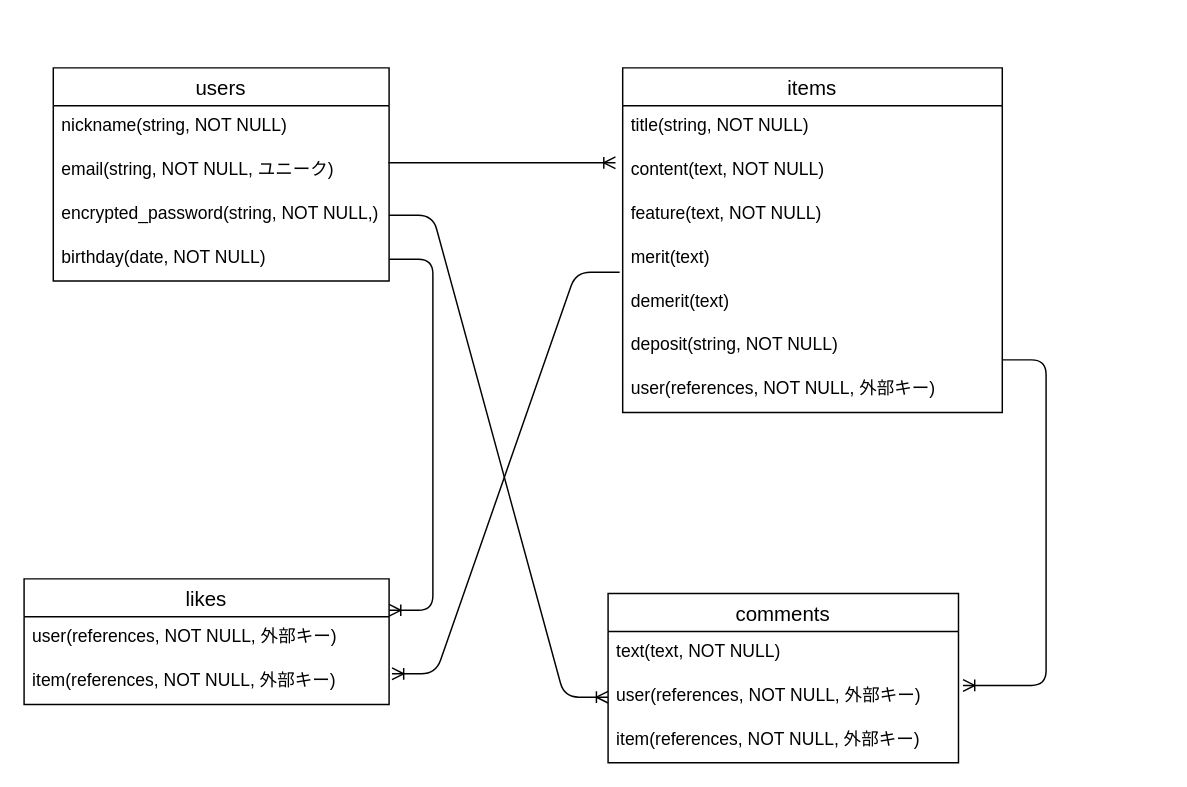
This is insurance.dio from gi-hagi/insurance, a draw.io file, before an edit. Source tidied: cells renumbered, new cells numbered last; positions are measured from the earlier drawing's top-left corner, leaving out a move shared by most shapes. Both pictures are drawn from the tidied source at 146%, with x=0, y=0 at pixel (23, 67).
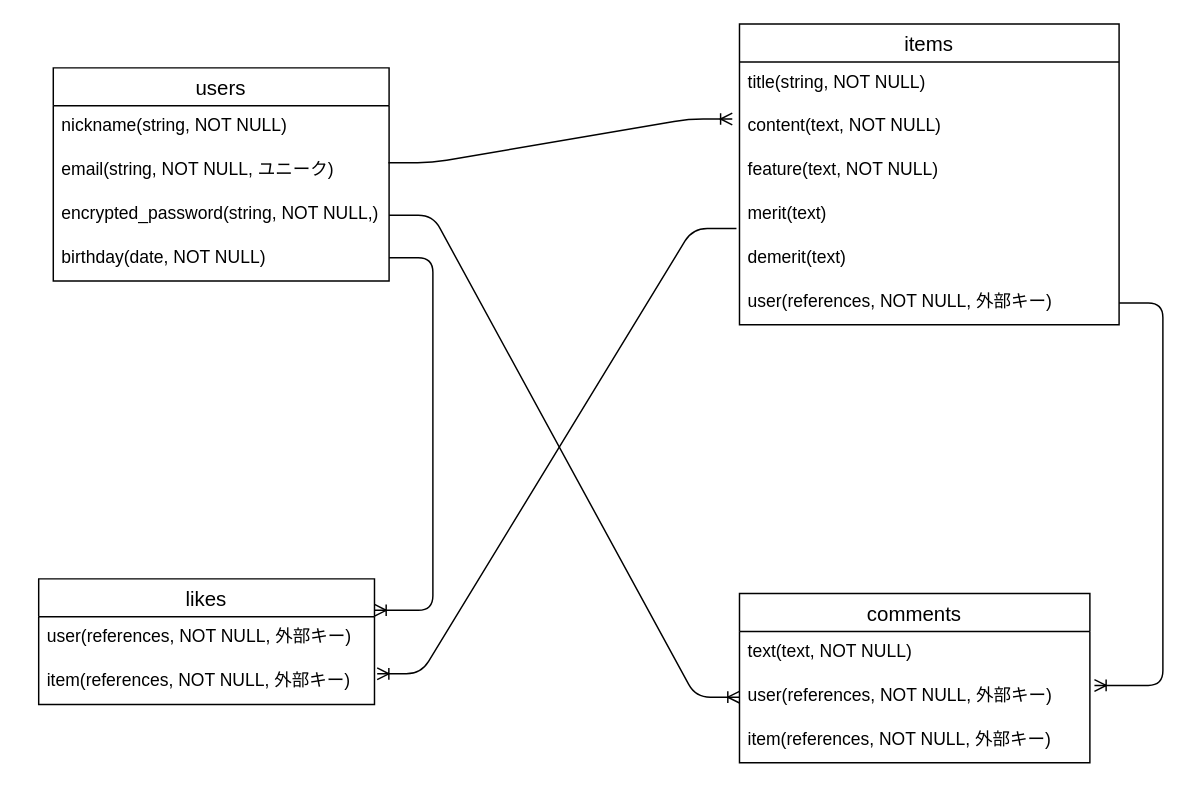
The same page after the edit.

Unchanged cells that the change refers to:
```xml
<mxCell id="6" value="birthday(date, NOT NULL)" style="text;strokeColor=none;fillColor=none;spacingLeft=4;spacingRight=4;overflow=hidden;points=[[0,0.5],[1,0.5]];portConstraint=eastwest;fontSize=12;" parent="2" vertex="1">
  <mxGeometry y="116" width="230" height="30" as="geometry" />
</mxCell>
<mxCell id="20" value="user(references, NOT NULL, 外部キー) " style="text;strokeColor=none;fillColor=none;spacingLeft=4;spacingRight=4;overflow=hidden;points=[[0,0.5],[1,0.5]];portConstraint=eastwest;fontSize=12;" parent="18" vertex="1">
  <mxGeometry y="56" width="240" height="30" as="geometry" />
</mxCell>
```

Change to the diagram source:
```diff
@@
     <mxCell id="7" value="items" style="swimlane;fontStyle=0;horizontal=1;startSize=26;align=center;fontSize=14;" parent="1" vertex="1">
-      <mxGeometry x="410" width="260" height="236" as="geometry" />
+      <mxGeometry x="490" y="-30" width="260" height="206" as="geometry" />
     </mxCell>
@@
-    <mxCell id="13" value="deposit(string, NOT NULL)" style="text;strokeColor=none;fillColor=none;spacingLeft=4;spacingRight=4;overflow=hidden;fontSize=12;" parent="7" vertex="1">
-      <mxGeometry y="176" width="260" height="30" as="geometry" />
-    </mxCell>
     <mxCell id="14" value="user(references, NOT NULL, 外部キー) " style="text;strokeColor=none;fillColor=none;spacingLeft=4;spacingRight=4;overflow=hidden;points=[[0,0.5],[1,0.5]];portConstraint=eastwest;fontSize=12;" parent="7" vertex="1">
-      <mxGeometry y="206" width="260" height="30" as="geometry" />
+      <mxGeometry y="176" width="260" height="30" as="geometry" />
     </mxCell>
     <mxCell id="15" value="likes" style="swimlane;fontStyle=0;horizontal=1;startSize=26;align=center;fontSize=14;" parent="1" vertex="1">
-      <mxGeometry y="350" width="250" height="86" as="geometry" />
+      <mxGeometry x="10" y="350" width="230" height="86" as="geometry" />
     </mxCell>
     <mxCell id="16" value="user(references, NOT NULL, 外部キー) " style="text;strokeColor=none;fillColor=none;spacingLeft=4;spacingRight=4;overflow=hidden;fontSize=12;" parent="15" vertex="1">
-      <mxGeometry y="26" width="250" height="30" as="geometry" />
+      <mxGeometry y="26" width="230" height="30" as="geometry" />
     </mxCell>
     <mxCell id="17" value="item(references, NOT NULL, 外部キー) " style="text;strokeColor=none;fillColor=none;spacingLeft=4;spacingRight=4;overflow=hidden;points=[[0,0.5],[1,0.5]];portConstraint=eastwest;fontSize=12;" parent="15" vertex="1">
-      <mxGeometry y="56" width="250" height="30" as="geometry" />
+      <mxGeometry y="56" width="230" height="30" as="geometry" />
     </mxCell>
     <mxCell id="18" value="comments" style="swimlane;fontStyle=0;horizontal=1;startSize=26;align=center;fontSize=14;" parent="1" vertex="1">
-      <mxGeometry x="400" y="360" width="240" height="116" as="geometry" />
+      <mxGeometry x="490" y="360" width="240" height="116" as="geometry" />
     </mxCell>
@@
-    <mxCell id="23" style="edgeStyle=entityRelationEdgeStyle;fontSize=12;html=1;endArrow=ERoneToMany;exitX=1;exitY=0.5;exitDx=0;exitDy=0;entryX=1;entryY=0.25;entryDx=0;entryDy=0;" parent="1" edge="1" source="6" target="15">
-      <mxGeometry relative="1" as="geometry" />
+    <mxCell id="23" style="edgeStyle=entityRelationEdgeStyle;fontSize=12;html=1;endArrow=ERoneToMany;entryX=1;entryY=0.25;entryDx=0;entryDy=0;" parent="1" edge="1" target="15">
+      <mxGeometry relative="1" as="geometry">
+        <mxPoint x="250" y="130" as="sourcePoint" />
+      </mxGeometry>
     </mxCell>
@@
-    <mxCell id="26" style="edgeStyle=entityRelationEdgeStyle;fontSize=12;html=1;endArrow=ERoneToMany;entryX=1.013;entryY=0.233;entryDx=0;entryDy=0;entryPerimeter=0;" parent="1" edge="1" target="20">
-      <mxGeometry relative="1" as="geometry">
-        <mxPoint x="670" y="200" as="sourcePoint" />
-      </mxGeometry>
+    <mxCell id="26" style="edgeStyle=entityRelationEdgeStyle;fontSize=12;html=1;endArrow=ERoneToMany;entryX=1.013;entryY=0.233;entryDx=0;entryDy=0;entryPerimeter=0;" parent="1" edge="1" source="14" target="20">
+      <mxGeometry relative="1" as="geometry" />
     </mxCell>
```
